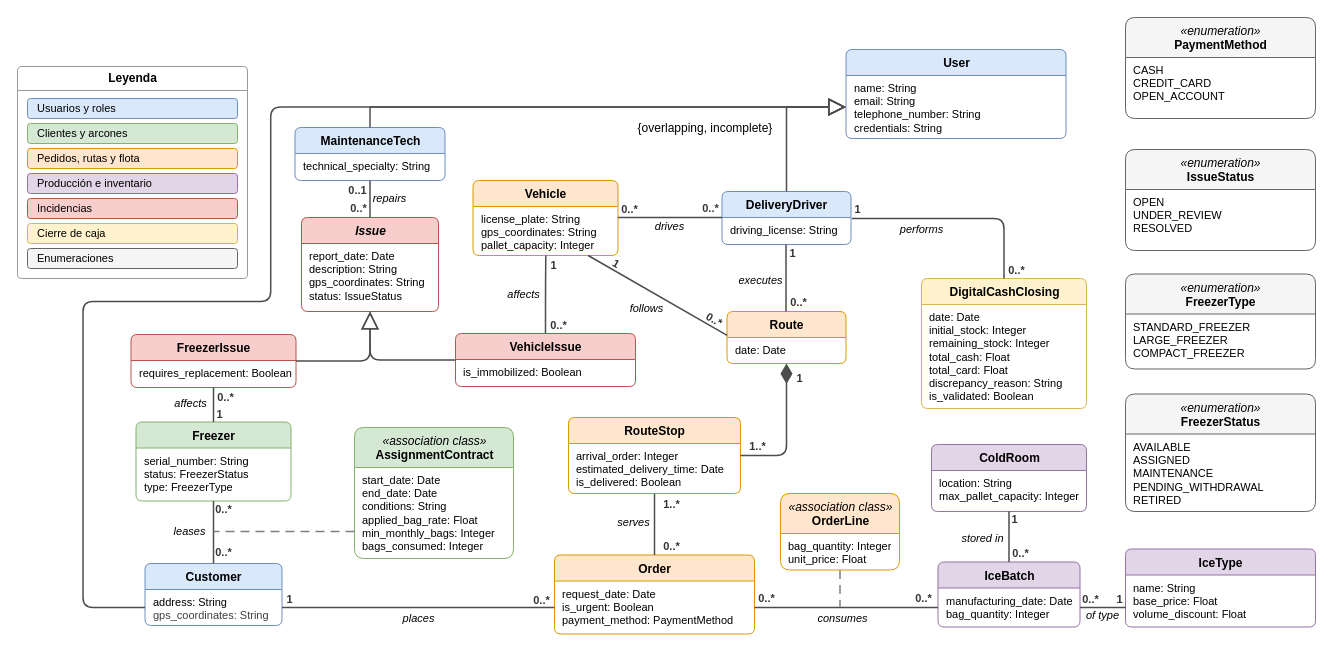
The draw.io diagram diagrams/UMLHielosMairena.drawio in gis-ir/ir-2026-27-G3-09, before the edit. Source tidied: cells renumbered, new cells numbered last; positions are measured from the earlier drawing's top-left corner, leaving out a move shared by most shapes. Both pictures are drawn from the tidied source at 100%, with x=0, y=0 at pixel (17, 17).
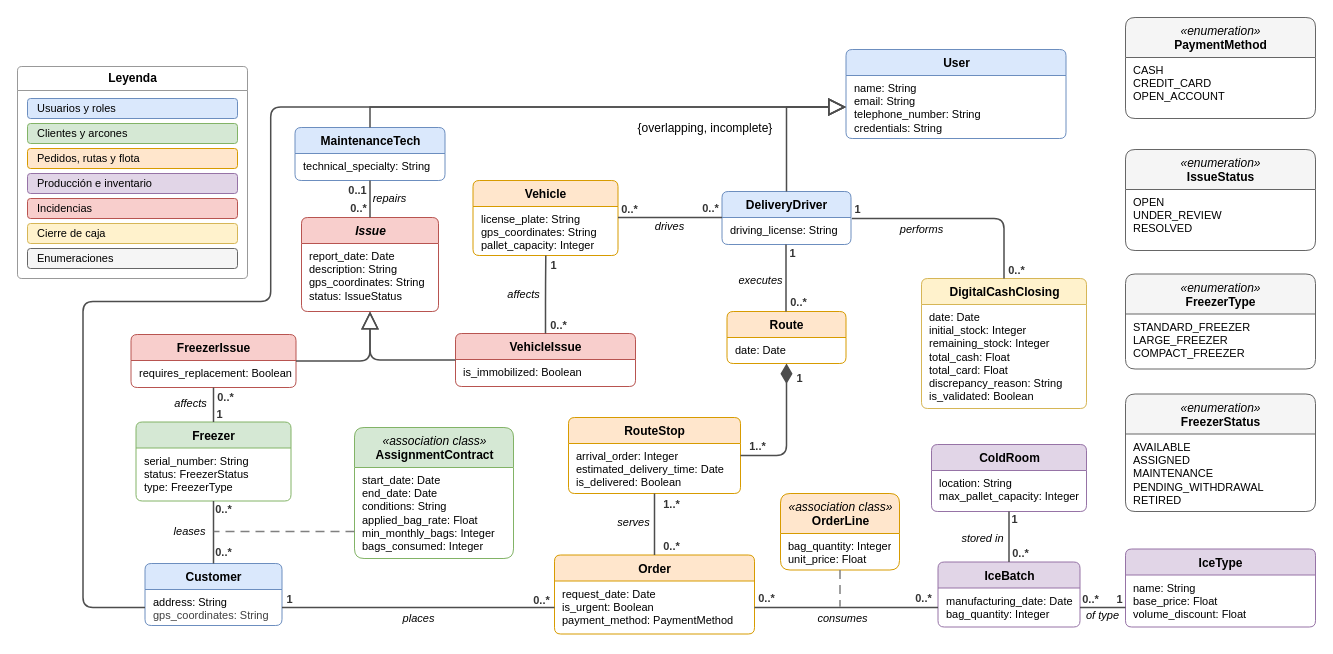
After the change.

Commit message (it also covers changes not shown here):
Actualización del diagrama de clases

Unchanged cells that the change refers to:
```xml
<mxCell id="11" value="license_plate: String&lt;br&gt;gps_coordinates: String&lt;br&gt;pallet_capacity: Integer" style="text;html=1;strokeColor=none;fillColor=none;align=left;verticalAlign=top;spacingLeft=6;spacingRight=4;spacingTop=0;overflow=hidden;points=[[0,0.5],[1,0.5]];portConstraint=eastwest;whiteSpace=wrap;fontSize=11;" parent="10" vertex="1">
  <mxGeometry y="26" width="145" height="49" as="geometry" />
</mxCell>
<mxCell id="12" value="&lt;b&gt;Route&lt;/b&gt;" style="swimlane;html=1;fontStyle=0;align=center;verticalAlign=top;horizontal=1;startSize=26;rounded=1;arcSize=8;fillColor=#ffe6cc;strokeColor=#d79b00;swimlaneFillColor=#ffffff;fontSize=12;" parent="1" vertex="1">
  <mxGeometry x="709.5" y="294" width="119" height="52" as="geometry" />
</mxCell>
<mxCell id="52" value="drives" style="edgeStyle=orthogonalEdgeStyle;rounded=1;orthogonalLoop=1;jettySize=auto;html=1;strokeWidth=1.5;strokeColor=#4d4d4d;fontSize=11;fontStyle=2;labelBackgroundColor=#ffffff;endArrow=none;exitX=0;exitY=0.5;exitDx=0;exitDy=0;entryX=1;entryY=0.5;entryDx=0;entryDy=0;" parent="1" edge="1">
  <mxGeometry x="0.01" y="9" relative="1" as="geometry">
    <mxPoint x="704.5" y="200" as="sourcePoint" />
    <mxPoint x="600.5" y="200" as="targetPoint" />
  </mxGeometry>
</mxCell>
```

The edit, as a diff of the source:
```diff
@@
-    <mxCell id="55" value="1" style="edgeLabel;html=1;align=center;verticalAlign=middle;fontSize=11;fontStyle=1;fontColor=#333333;labelBackgroundColor=none;rotation=30;" parent="52" vertex="1">
-      <mxGeometry x="1" relative="1" as="geometry">
-        <mxPoint x="-2" y="45" as="offset" />
-      </mxGeometry>
-    </mxCell>
-    <mxCell id="56" value="0..*" style="edgeLabel;html=1;align=center;verticalAlign=middle;fontSize=11;fontStyle=1;fontColor=#333333;labelBackgroundColor=none;rotation=30;" parent="52" vertex="1">
-      <mxGeometry x="1" relative="1" as="geometry">
-        <mxPoint x="96" y="101" as="offset" />
-      </mxGeometry>
-    </mxCell>
@@
-    <mxCell id="102" value="follows" style="edgeStyle=none;html=1;endArrow=none;endFill=0;strokeWidth=1.5;exitX=0.001;exitY=0.458;exitDx=0;exitDy=0;strokeColor=#4D4D4D;exitPerimeter=0;fontStyle=2;" parent="1" edge="1" source="12" target="11">
-      <mxGeometry x="0.05" y="17" relative="1" as="geometry">
-        <mxPoint x="1" as="offset" />
-      </mxGeometry>
-    </mxCell>
```
